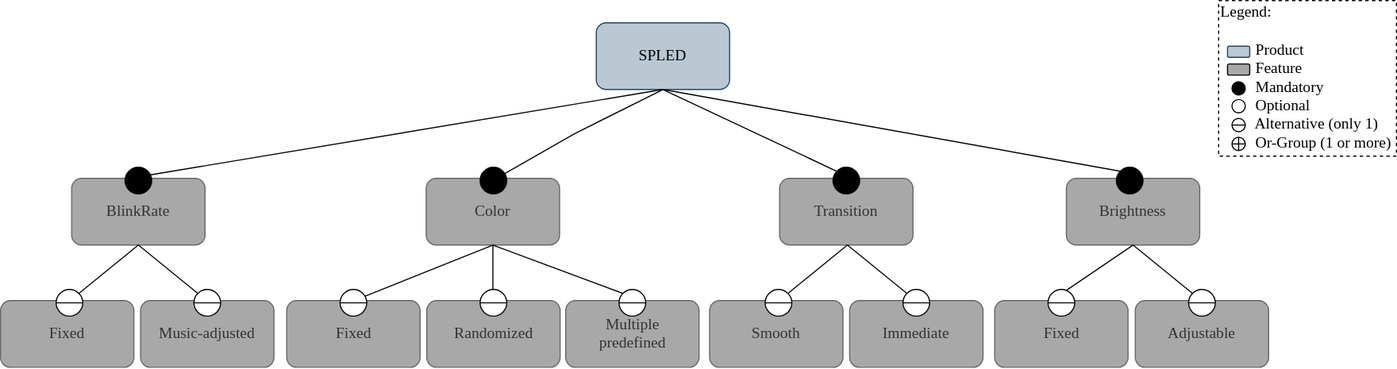
Earlier version of the draw.io export doc/common/sw_architecture/_figures/feature_model.svg (avengineers/SPLed). Source tidied: cells renumbered, new cells last; positions are measured from the earlier drawing's top-left corner, leaving out a move shared by most shapes.
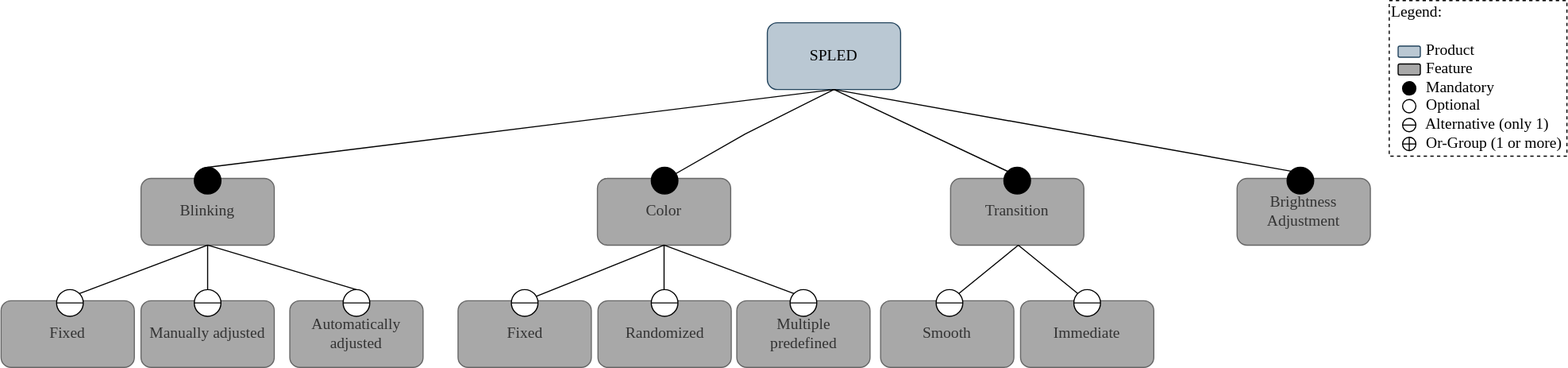
The same file after the commit.

Commit message:
integrate brightness adjustment

What changed in the source:
```diff
@@ -5,31 +5,29 @@
     <mxCell id="2" value="SPLED" style="whiteSpace=wrap;html=1;rounded=1;shadow=0;labelBackgroundColor=none;strokeWidth=1;fontFamily=Times New Roman;fontSize=14;align=center;fillColor=#bac8d3;strokeColor=#23445d;glass=0;" parent="1" vertex="1">
       <mxGeometry x="536" y="20" width="120" height="60" as="geometry" />
     </mxCell>
-    <mxCell id="3" value="BlinkRate" style="whiteSpace=wrap;html=1;rounded=1;shadow=0;labelBackgroundColor=none;strokeWidth=1;fontFamily=Times New Roman;fontSize=14;align=center;fillColor=#A8A8A8;strokeColor=#666666;fontColor=#333333;" parent="1" vertex="1">
-      <mxGeometry x="64" y="160" width="120" height="60" as="geometry" />
+    <mxCell id="3" value="Blinking" style="whiteSpace=wrap;html=1;rounded=1;shadow=0;labelBackgroundColor=none;strokeWidth=1;fontFamily=Times New Roman;fontSize=14;align=center;fillColor=#A8A8A8;strokeColor=#666666;fontColor=#333333;" parent="1" vertex="1">
+      <mxGeometry x="-28" y="160" width="120" height="60" as="geometry" />
     </mxCell>
     <mxCell id="4" value="Fixed" style="whiteSpace=wrap;html=1;rounded=1;shadow=0;labelBackgroundColor=none;strokeWidth=1;fontFamily=Times New Roman;fontSize=14;align=center;fillColor=#A8A8A8;strokeColor=#666666;fontColor=#333333;" parent="1" vertex="1">
-      <mxGeometry y="270" width="120" height="60" as="geometry" />
+      <mxGeometry x="-154" y="270" width="120" height="60" as="geometry" />
     </mxCell>
-    <mxCell id="5" value="Music-adjusted" style="whiteSpace=wrap;html=1;rounded=1;shadow=0;labelBackgroundColor=none;strokeWidth=1;fontFamily=Times New Roman;fontSize=14;align=center;fillColor=#A8A8A8;strokeColor=#666666;fontColor=#333333;" parent="1" vertex="1">
-      <mxGeometry x="126" y="270" width="120" height="60" as="geometry" />
+    <mxCell id="5" value="Manually adjusted" style="whiteSpace=wrap;html=1;rounded=1;shadow=0;labelBackgroundColor=none;strokeWidth=1;fontFamily=Times New Roman;fontSize=14;align=center;fillColor=#A8A8A8;strokeColor=#666666;fontColor=#333333;" parent="1" vertex="1">
+      <mxGeometry x="-28" y="270" width="120" height="60" as="geometry" />
     </mxCell>
-    <mxCell id="6" style="rounded=0;html=1;labelBackgroundColor=none;startArrow=none;startFill=0;startSize=5;endArrow=none;endFill=0;endSize=5;jettySize=auto;strokeWidth=1;fontFamily=Times New Roman;fontSize=14;shadow=0;exitX=0.5;exitY=1;exitDx=0;exitDy=0;entryX=0;entryY=0;entryDx=0;entryDy=0;" parent="1" edge="1" source="3" target="8">
+    <mxCell id="6" style="rounded=0;html=1;labelBackgroundColor=none;startArrow=none;startFill=0;startSize=5;endArrow=none;endFill=0;endSize=5;jettySize=auto;strokeWidth=1;fontFamily=Times New Roman;fontSize=14;shadow=0;exitX=0.5;exitY=1;exitDx=0;exitDy=0;entryX=0.5;entryY=0;entryDx=0;entryDy=0;" parent="1" edge="1" source="3" target="8">
       <mxGeometry x="-0.35" y="-11" relative="1" as="geometry" />
     </mxCell>
     <mxCell id="7" style="shape=lineEllipse;perimeter=ellipsePerimeter;whiteSpace=wrap;html=1;backgroundOutline=1;fontFamily=Times New Roman;fontSize=14;shadow=0;" parent="1" vertex="1">
-      <mxGeometry x="50" y="260" width="24" height="24" as="geometry" />
+      <mxGeometry x="-104" y="260" width="24" height="24" as="geometry" />
     </mxCell>
     <mxCell id="8" style="shape=lineEllipse;perimeter=ellipsePerimeter;whiteSpace=wrap;html=1;backgroundOutline=1;fontFamily=Times New Roman;fontSize=14;shadow=0;" parent="1" vertex="1">
-      <mxGeometry x="174" y="260" width="24" height="24" as="geometry" />
+      <mxGeometry x="20" y="260" width="24" height="24" as="geometry" />
     </mxCell>
     <mxCell id="9" style="rounded=0;html=1;labelBackgroundColor=none;startArrow=none;startFill=0;startSize=5;endArrow=none;endFill=0;endSize=5;jettySize=auto;strokeWidth=1;fontFamily=Times New Roman;fontSize=14;exitX=0.5;exitY=1;exitDx=0;exitDy=0;entryX=1;entryY=0;entryDx=0;entryDy=0;shadow=0;" parent="1" edge="1" source="3" target="7">
       <mxGeometry x="-0.35" y="-11" relative="1" as="geometry" />
     </mxCell>
-    <mxCell id="10" style="rounded=0;html=1;labelBackgroundColor=none;startArrow=none;startFill=0;startSize=5;endArrow=none;endFill=0;endSize=5;jettySize=auto;strokeWidth=1;fontFamily=Times New Roman;fontSize=14;exitX=0.5;exitY=1;exitDx=0;exitDy=0;shadow=0;" parent="1" edge="1" source="2">
-      <mxGeometry x="-0.35" y="-11" relative="1" as="geometry">
-        <mxPoint x="116" y="160" as="targetPoint" />
-      </mxGeometry>
+    <mxCell id="10" style="rounded=0;html=1;labelBackgroundColor=none;startArrow=none;startFill=0;startSize=5;endArrow=none;endFill=0;endSize=5;jettySize=auto;strokeWidth=1;fontFamily=Times New Roman;fontSize=14;exitX=0.5;exitY=1;exitDx=0;exitDy=0;shadow=0;entryX=0.5;entryY=0;entryDx=0;entryDy=0;" parent="1" edge="1" source="2" target="41">
+      <mxGeometry x="-0.35" y="-11" relative="1" as="geometry" />
     </mxCell>
     <mxCell id="11" value="Color" style="whiteSpace=wrap;html=1;rounded=1;shadow=0;labelBackgroundColor=none;strokeWidth=1;fontFamily=Times New Roman;fontSize=14;align=center;fillColor=#A8A8A8;strokeColor=#666666;fontColor=#333333;" parent="1" vertex="1">
       <mxGeometry x="383" y="160" width="120" height="60" as="geometry" />
@@ -45,7 +43,7 @@
     <mxCell id="13" value="Transition" style="whiteSpace=wrap;html=1;rounded=1;shadow=0;labelBackgroundColor=none;strokeWidth=1;fontFamily=Times New Roman;fontSize=14;align=center;fillColor=#A8A8A8;strokeColor=#666666;fontColor=#333333;" parent="1" vertex="1">
       <mxGeometry x="701" y="160" width="120" height="60" as="geometry" />
     </mxCell>
-    <mxCell id="14" value="Brightness" style="whiteSpace=wrap;html=1;rounded=1;shadow=0;labelBackgroundColor=none;strokeWidth=1;fontFamily=Times New Roman;fontSize=14;align=center;fillColor=#A8A8A8;strokeColor=#666666;fontColor=#333333;" parent="1" vertex="1">
+    <mxCell id="14" value="Brightness Adjustment" style="whiteSpace=wrap;html=1;rounded=1;shadow=0;labelBackgroundColor=none;strokeWidth=1;fontFamily=Times New Roman;fontSize=14;align=center;fillColor=#A8A8A8;strokeColor=#666666;fontColor=#333333;" parent="1" vertex="1">
       <mxGeometry x="959" y="160" width="120" height="60" as="geometry" />
     </mxCell>
     <mxCell id="15" style="rounded=0;html=1;labelBackgroundColor=none;startArrow=none;startFill=0;startSize=5;endArrow=none;endFill=0;endSize=5;jettySize=auto;strokeWidth=1;fontFamily=Times New Roman;fontSize=14;shadow=0;exitX=0.5;exitY=1;exitDx=0;exitDy=0;" parent="1" edge="1" source="2">
@@ -117,35 +115,8 @@
         <mxPoint x="762" y="220" as="sourcePoint" />
       </mxGeometry>
     </mxCell>
-    <mxCell id="34" value="Fixed" style="whiteSpace=wrap;html=1;rounded=1;shadow=0;labelBackgroundColor=none;strokeWidth=1;fontFamily=Times New Roman;fontSize=14;align=center;fillColor=#A8A8A8;strokeColor=#666666;fontColor=#333333;" parent="1" vertex="1">
-      <mxGeometry x="894.5" y="270" width="120" height="60" as="geometry" />
-    </mxCell>
-    <mxCell id="35" value="Adjustable" style="whiteSpace=wrap;html=1;rounded=1;shadow=0;labelBackgroundColor=none;strokeWidth=1;fontFamily=Times New Roman;fontSize=14;align=center;fillColor=#A8A8A8;strokeColor=#666666;fontColor=#333333;" parent="1" vertex="1">
-      <mxGeometry x="1021" y="270" width="120" height="60" as="geometry" />
-    </mxCell>
-    <mxCell id="36" style="rounded=0;html=1;labelBackgroundColor=none;startArrow=none;startFill=0;startSize=5;endArrow=none;endFill=0;endSize=5;jettySize=auto;strokeWidth=1;fontFamily=Times New Roman;fontSize=14;exitX=0.5;exitY=1;exitDx=0;exitDy=0;entryX=0.5;entryY=0;entryDx=0;entryDy=0;shadow=0;" parent="1" edge="1" target="34">
-      <mxGeometry x="-0.35" y="-11" relative="1" as="geometry">
-        <mxPoint x="954.5" y="284" as="sourcePoint" />
-      </mxGeometry>
-    </mxCell>
-    <mxCell id="37" style="rounded=0;html=1;labelBackgroundColor=none;startArrow=none;startFill=0;startSize=5;endArrow=none;endFill=0;endSize=5;jettySize=auto;strokeWidth=1;fontFamily=Times New Roman;fontSize=14;exitX=0.5;exitY=1;exitDx=0;exitDy=0;shadow=0;entryX=0.69;entryY=0.032;entryDx=0;entryDy=0;entryPerimeter=0;" parent="1" edge="1" target="38">
-      <mxGeometry x="-0.35" y="-11" relative="1" as="geometry">
-        <mxPoint x="1019" y="220" as="sourcePoint" />
-      </mxGeometry>
-    </mxCell>
-    <mxCell id="38" style="shape=lineEllipse;perimeter=ellipsePerimeter;whiteSpace=wrap;html=1;backgroundOutline=1;fontFamily=Times New Roman;fontSize=14;shadow=0;" parent="1" vertex="1">
-      <mxGeometry x="942.5" y="260" width="24" height="24" as="geometry" />
-    </mxCell>
-    <mxCell id="39" style="rounded=0;html=1;labelBackgroundColor=none;startArrow=none;startFill=0;startSize=5;endArrow=none;endFill=0;endSize=5;jettySize=auto;strokeWidth=1;fontFamily=Times New Roman;fontSize=14;exitX=0.5;exitY=1;exitDx=0;exitDy=0;shadow=0;entryX=0;entryY=0;entryDx=0;entryDy=0;" parent="1" edge="1" target="40">
-      <mxGeometry x="-0.35" y="-11" relative="1" as="geometry">
-        <mxPoint x="1019" y="220" as="sourcePoint" />
-      </mxGeometry>
-    </mxCell>
-    <mxCell id="40" style="shape=lineEllipse;perimeter=ellipsePerimeter;whiteSpace=wrap;html=1;backgroundOutline=1;fontFamily=Times New Roman;fontSize=14;shadow=0;" parent="1" vertex="1">
-      <mxGeometry x="1069" y="260" width="24" height="24" as="geometry" />
-    </mxCell>
     <mxCell id="41" style="ellipse;whiteSpace=wrap;html=1;labelBackgroundColor=#000000;fillColor=#000000;fontFamily=Times New Roman;fontSize=14;shadow=0;" parent="1" vertex="1">
-      <mxGeometry x="112" y="150" width="24" height="24" as="geometry" />
+      <mxGeometry x="20" y="150" width="24" height="24" as="geometry" />
     </mxCell>
     <mxCell id="42" style="ellipse;whiteSpace=wrap;html=1;labelBackgroundColor=#000000;fillColor=#000000;fontFamily=Times New Roman;fontSize=14;shadow=0;" parent="1" vertex="1">
       <mxGeometry x="431.5" y="150" width="24" height="24" as="geometry" />
@@ -177,5 +148,14 @@
     <mxCell id="51" style="whiteSpace=wrap;html=1;rounded=1;shadow=0;labelBackgroundColor=none;strokeWidth=1;fontFamily=Times New Roman;fontSize=14;align=center;fillColor=#bac8d3;strokeColor=#23445d;" parent="1" vertex="1">
       <mxGeometry x="1104" y="41" width="20" height="10" as="geometry" />
     </mxCell>
+    <mxCell id="52" value="Automatically adjusted" style="whiteSpace=wrap;html=1;rounded=1;shadow=0;labelBackgroundColor=none;strokeWidth=1;fontFamily=Times New Roman;fontSize=14;align=center;fillColor=#A8A8A8;strokeColor=#666666;fontColor=#333333;" parent="1" vertex="1">
+      <mxGeometry x="106" y="270" width="120" height="60" as="geometry" />
+    </mxCell>
+    <mxCell id="53" style="shape=lineEllipse;perimeter=ellipsePerimeter;whiteSpace=wrap;html=1;backgroundOutline=1;fontFamily=Times New Roman;fontSize=14;shadow=0;" parent="1" vertex="1">
+      <mxGeometry x="154" y="260" width="24" height="24" as="geometry" />
+    </mxCell>
+    <mxCell id="54" style="rounded=0;html=1;labelBackgroundColor=none;startArrow=none;startFill=0;startSize=5;endArrow=none;endFill=0;endSize=5;jettySize=auto;strokeWidth=1;fontFamily=Times New Roman;fontSize=14;shadow=0;exitX=0.5;exitY=1;exitDx=0;exitDy=0;entryX=0.5;entryY=0;entryDx=0;entryDy=0;" parent="1" edge="1" source="3" target="53">
+      <mxGeometry x="-0.35" y="-11" relative="1" as="geometry" />
+    </mxCell>
   </root>
 </mxGraphModel>
```
